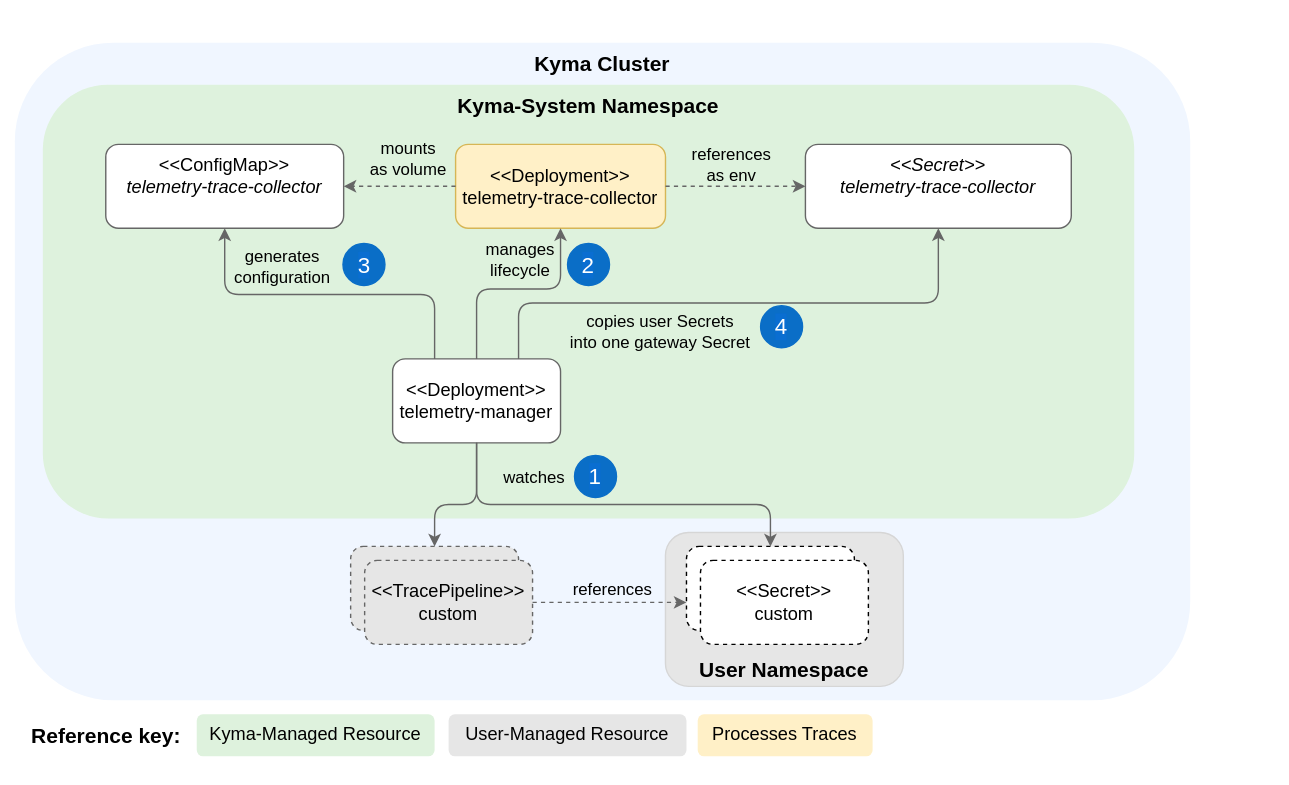
This is docs/user/assets/traces-resources.drawio.svg from kyma-project/telemetry-manager, a draw.io export, as it was before one commit. Source tidied: cells renumbered, new cells last; positions are measured from the earlier drawing's top-left corner, leaving out a move shared by most shapes.
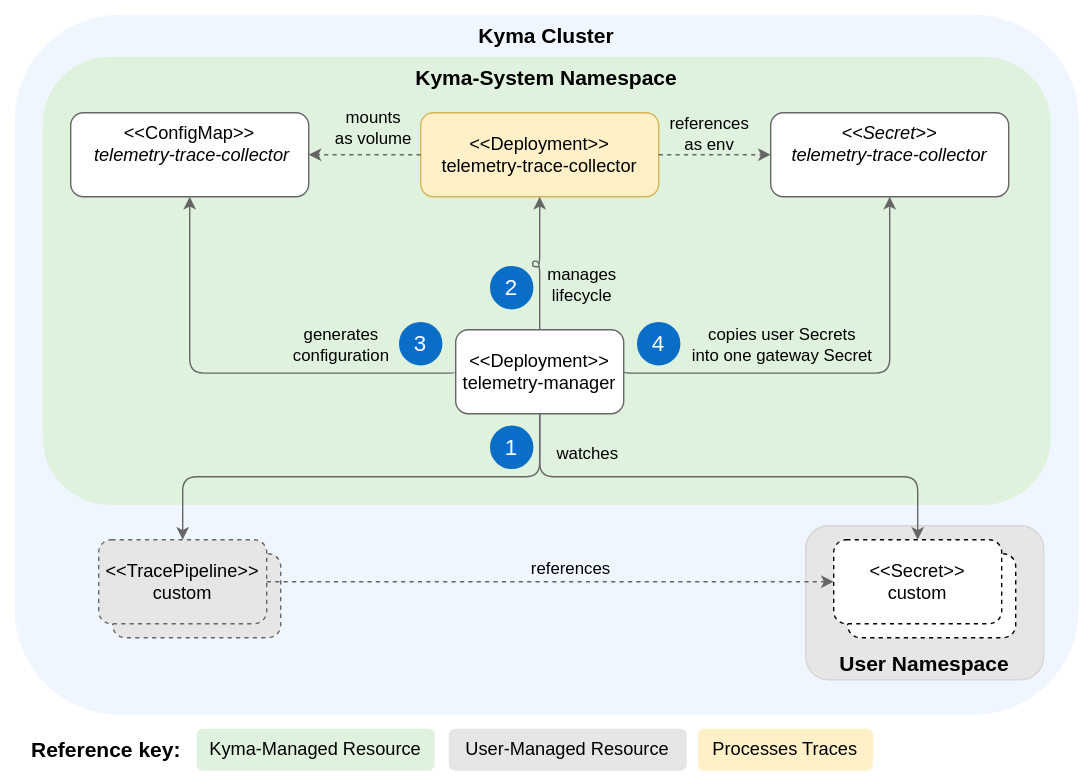
The same diagram one commit later.

What changed in the source:
```diff
@@ -3,60 +3,58 @@
     <mxCell id="0" />
     <mxCell id="1" parent="0" />
     <mxCell id="2" style="rounded=0;whiteSpace=wrap;html=1;fillColor=#FFFFFF;strokeColor=none;" parent="1" vertex="1">
-      <mxGeometry width="920" height="560" as="geometry" />
+      <mxGeometry x="-590" y="-640" width="780" height="560" as="geometry" />
     </mxCell>
     <mxCell id="3" value="&lt;b style=&quot;color: rgb(0, 0, 0); font-size: 15px;&quot;&gt;&lt;font style=&quot;font-size: 15px;&quot;&gt;Kyma Cluster&lt;br style=&quot;font-size: 15px;&quot;&gt;&lt;/font&gt;&lt;/b&gt;" style="rounded=1;whiteSpace=wrap;html=1;fillColor=#F0F6FF;strokeColor=none;fontColor=#333333;verticalAlign=top;fontSize=15;" parent="1" vertex="1">
-      <mxGeometry x="10" y="30" width="840" height="470" as="geometry" />
+      <mxGeometry x="-580" y="-630" width="760" height="500" as="geometry" />
     </mxCell>
     <mxCell id="4" value="&lt;font style=&quot;font-size: 15px;&quot;&gt;&lt;b&gt;Reference key:&lt;/b&gt;&lt;/font&gt;" style="text;html=1;align=center;verticalAlign=middle;strokeColor=none;fillColor=default;" parent="1" vertex="1">
-      <mxGeometry x="10" y="510" width="130" height="30" as="geometry" />
+      <mxGeometry x="-580" y="-120" width="130" height="30" as="geometry" />
     </mxCell>
     <mxCell id="5" value="&lt;b style=&quot;color: rgb(0, 0, 0); font-size: 15px;&quot;&gt;Kyma-System Namespace&lt;br style=&quot;font-size: 15px;&quot;&gt;&lt;/b&gt;" style="rounded=1;whiteSpace=wrap;html=1;dashed=1;fillColor=#DEF2DD;strokeColor=none;verticalAlign=top;fontSize=15;" parent="1" vertex="1">
-      <mxGeometry x="30" y="60" width="780" height="310" as="geometry" />
+      <mxGeometry x="-560" y="-600" width="720" height="320" as="geometry" />
     </mxCell>
     <mxCell id="6" value="&amp;lt;&amp;lt;Deployment&amp;gt;&amp;gt;&lt;br style=&quot;font-size: 13px;&quot;&gt;telemetry-manager" style="rounded=1;whiteSpace=wrap;html=1;strokeColor=#666666;fontSize=13;" parent="1" vertex="1">
-      <mxGeometry x="280" y="256" width="120" height="60" as="geometry" />
+      <mxGeometry x="-265" y="-405" width="120" height="60" as="geometry" />
     </mxCell>
-    <mxCell id="7" value="&amp;lt;&amp;lt;LogPipeline&amp;gt;&amp;gt;&lt;br style=&quot;font-size: 13px;&quot;&gt;custom" style="rounded=1;whiteSpace=wrap;html=1;dashed=1;strokeColor=#666666;fontSize=13;fillColor=#E6E6E6;" parent="1" vertex="1">
-      <mxGeometry x="250" y="390" width="120" height="60" as="geometry" />
+    <mxCell id="7" style="rounded=1;whiteSpace=wrap;html=1;dashed=1;strokeColor=#666666;fontSize=13;fillColor=#E6E6E6;" parent="1" vertex="1">
+      <mxGeometry x="-510" y="-245" width="120" height="60" as="geometry" />
     </mxCell>
-    <mxCell id="8" style="edgeStyle=orthogonalEdgeStyle;rounded=1;html=1;exitX=0.5;exitY=1;exitDx=0;exitDy=0;entryX=0.5;entryY=0;entryDx=0;entryDy=0;elbow=vertical;strokeColor=#666666;" parent="1" edge="1" source="6" target="7">
+    <mxCell id="8" style="edgeStyle=orthogonalEdgeStyle;rounded=1;html=1;exitX=0.5;exitY=1;exitDx=0;exitDy=0;entryX=0.5;entryY=0;entryDx=0;entryDy=0;elbow=vertical;strokeColor=#666666;" parent="1" edge="1" source="6" target="10">
       <mxGeometry relative="1" as="geometry">
         <Array as="points">
-          <mxPoint x="340" y="360" />
-          <mxPoint x="310" y="360" />
+          <mxPoint x="-205" y="-300" />
+          <mxPoint x="-460" y="-300" />
         </Array>
       </mxGeometry>
     </mxCell>
     <mxCell id="9" value="watches" style="edgeLabel;html=1;align=center;verticalAlign=middle;labelBackgroundColor=none;fontSize=12;" parent="8" vertex="1">
       <mxGeometry x="0.04" y="1" relative="1" as="geometry">
-        <mxPoint x="50" y="-21" as="offset" />
+        <mxPoint x="167" y="-18" as="offset" />
       </mxGeometry>
     </mxCell>
     <mxCell id="10" value="&amp;lt;&amp;lt;TracePipeline&amp;gt;&amp;gt;&lt;br style=&quot;font-size: 13px;&quot;&gt;custom" style="rounded=1;whiteSpace=wrap;html=1;dashed=1;strokeColor=#666666;fontSize=13;fillColor=#E6E6E6;" parent="1" vertex="1">
-      <mxGeometry x="260" y="400" width="120" height="60" as="geometry" />
+      <mxGeometry x="-520" y="-255" width="120" height="60" as="geometry" />
     </mxCell>
     <mxCell id="11" value="&lt;b style=&quot;color: rgb(0, 0, 0); font-size: 15px;&quot;&gt;User Namespace&lt;br style=&quot;font-size: 15px;&quot;&gt;&lt;/b&gt;" style="rounded=1;whiteSpace=wrap;html=1;fillColor=#E6E6E6;strokeColor=#D6D6D6;verticalAlign=bottom;fontSize=15;" parent="1" vertex="1">
-      <mxGeometry x="475" y="380" width="170" height="110" as="geometry" />
+      <mxGeometry x="-15" y="-265" width="170" height="110" as="geometry" />
     </mxCell>
-    <mxCell id="12" value="&amp;lt;&amp;lt;Secret&amp;gt;&amp;gt;&lt;br style=&quot;font-size: 13px;&quot;&gt;custom" style="rounded=1;whiteSpace=wrap;html=1;dashed=1;fontSize=13;" parent="1" vertex="1">
-      <mxGeometry x="490" y="390" width="120" height="60" as="geometry" />
+    <mxCell id="12" style="rounded=1;whiteSpace=wrap;html=1;dashed=1;fontSize=13;" parent="1" vertex="1">
+      <mxGeometry x="15" y="-245" width="120" height="60" as="geometry" />
     </mxCell>
     <mxCell id="13" value="&amp;lt;&amp;lt;Secret&amp;gt;&amp;gt;&lt;br style=&quot;font-size: 13px;&quot;&gt;custom" style="rounded=1;whiteSpace=wrap;html=1;dashed=1;fontSize=13;" parent="1" vertex="1">
-      <mxGeometry x="500" y="400" width="120" height="60" as="geometry" />
+      <mxGeometry x="5" y="-255" width="120" height="60" as="geometry" />
     </mxCell>
-    <mxCell id="14" style="edgeStyle=orthogonalEdgeStyle;rounded=1;html=1;exitX=0.5;exitY=1;exitDx=0;exitDy=0;entryX=0.5;entryY=0;entryDx=0;entryDy=0;elbow=vertical;strokeColor=#666666;" parent="1" edge="1" source="6" target="12">
+    <mxCell id="14" style="edgeStyle=orthogonalEdgeStyle;rounded=1;html=1;exitX=0.5;exitY=1;exitDx=0;exitDy=0;entryX=0.5;entryY=0;entryDx=0;entryDy=0;elbow=vertical;strokeColor=#666666;" parent="1" edge="1" source="6" target="13">
       <mxGeometry relative="1" as="geometry">
         <Array as="points">
-          <mxPoint x="340" y="360" />
-          <mxPoint x="550" y="360" />
+          <mxPoint x="-205" y="-300" />
+          <mxPoint x="65" y="-300" />
         </Array>
       </mxGeometry>
     </mxCell>
-    <mxCell id="15" style="edgeStyle=orthogonalEdgeStyle;html=1;exitX=1;exitY=0.5;exitDx=0;exitDy=0;dashed=1;strokeColor=#666666;" parent="1" edge="1" source="10">
-      <mxGeometry relative="1" as="geometry">
-        <mxPoint x="490" y="430" as="targetPoint" />
-      </mxGeometry>
+    <mxCell id="15" style="edgeStyle=orthogonalEdgeStyle;html=1;exitX=1;exitY=0.5;exitDx=0;exitDy=0;dashed=1;strokeColor=#666666;entryX=0;entryY=0.5;entryDx=0;entryDy=0;" parent="1" edge="1" source="10" target="13">
+      <mxGeometry relative="1" as="geometry" />
     </mxCell>
     <mxCell id="16" value="&lt;font style=&quot;font-size: 12px;&quot;&gt;references&lt;/font&gt;" style="edgeLabel;html=1;align=center;verticalAlign=middle;labelBackgroundColor=none;fontSize=12;" parent="15" vertex="1">
       <mxGeometry x="0.09" y="-2" relative="1" as="geometry">
@@ -64,16 +62,16 @@
       </mxGeometry>
     </mxCell>
     <mxCell id="17" value="&lt;span style=&quot;color: rgb(0, 0, 0); font-family: Helvetica; font-size: 13px; font-style: normal; font-variant-ligatures: normal; font-variant-caps: normal; font-weight: 400; letter-spacing: normal; orphans: 2; text-indent: 0px; text-transform: none; widows: 2; word-spacing: 0px; -webkit-text-stroke-width: 0px; text-decoration-thickness: initial; text-decoration-style: initial; text-decoration-color: initial; float: none; display: inline !important;&quot;&gt;Processes Traces&lt;/span&gt;" style="text;whiteSpace=wrap;html=1;strokeColor=none;rounded=1;fillColor=#fff0c7;align=center;fontSize=13;" parent="1" vertex="1">
-      <mxGeometry x="498" y="510" width="125" height="30" as="geometry" />
+      <mxGeometry x="-92" y="-120" width="125" height="30" as="geometry" />
     </mxCell>
     <mxCell id="18" value="&amp;lt;&amp;lt;Deployment&amp;gt;&amp;gt;&lt;br style=&quot;font-size: 13px;&quot;&gt;telemetry-trace-collector" style="rounded=1;whiteSpace=wrap;html=1;strokeColor=#D6B656;fontSize=13;fillColor=#FFF0C7;" parent="1" vertex="1">
-      <mxGeometry x="325" y="102.6" width="150" height="60" as="geometry" />
+      <mxGeometry x="-290" y="-560" width="170" height="60" as="geometry" />
     </mxCell>
     <mxCell id="19" value="&lt;div style=&quot;font-size: 13px;&quot;&gt;&lt;font style=&quot;font-size: 13px&quot;&gt;&amp;lt;&amp;lt;ConfigMap&amp;gt;&amp;gt;&lt;/font&gt;&lt;/div&gt;&lt;div style=&quot;font-size: 13px&quot;&gt;&lt;font style=&quot;font-size: 13px&quot;&gt;&lt;i style=&quot;font-size: 13px;&quot;&gt;&lt;font style=&quot;font-size: 13px&quot;&gt;&amp;nbsp;telemetry-trace-collector&lt;/font&gt;&lt;/i&gt;&lt;/font&gt;&lt;/div&gt;&lt;span style=&quot;font-size: 13px;&quot;&gt;&lt;br style=&quot;font-size: 13px;&quot;&gt;&lt;/span&gt;" style="rounded=1;whiteSpace=wrap;html=1;align=center;strokeColor=#666666;fontSize=13;" parent="1" vertex="1">
-      <mxGeometry x="75" y="102.6" width="170" height="60" as="geometry" />
+      <mxGeometry x="-540" y="-560" width="170" height="60" as="geometry" />
     </mxCell>
     <mxCell id="20" value="&lt;font style=&quot;font-size: 13px;&quot;&gt;&lt;div style=&quot;font-size: 13px;&quot;&gt;&lt;span style=&quot;font-size: 13px;&quot;&gt;&lt;i style=&quot;font-size: 13px;&quot;&gt;&amp;lt;&amp;lt;Secret&amp;gt;&amp;gt;&lt;/i&gt;&lt;/span&gt;&lt;/div&gt;&lt;div style=&quot;font-size: 13px;&quot;&gt;&lt;span style=&quot;font-size: 13px;&quot;&gt;&lt;i style=&quot;font-size: 13px;&quot;&gt;telemetry-trace-collector&lt;/i&gt;&lt;/span&gt;&lt;/div&gt;&lt;br style=&quot;font-size: 13px;&quot;&gt;&lt;/font&gt;" style="rounded=1;whiteSpace=wrap;html=1;strokeColor=#666666;fontSize=13;" parent="1" vertex="1">
-      <mxGeometry x="575" y="102.6" width="190" height="60" as="geometry" />
+      <mxGeometry x="-40" y="-560" width="170" height="60" as="geometry" />
     </mxCell>
     <mxCell id="21" style="edgeStyle=orthogonalEdgeStyle;html=1;exitX=0;exitY=0.5;exitDx=0;exitDy=0;entryX=1;entryY=0.5;entryDx=0;entryDy=0;dashed=1;strokeColor=#666666;" parent="1" edge="1" source="18" target="19">
       <mxGeometry relative="1" as="geometry" />
@@ -94,59 +92,59 @@
     <mxCell id="25" style="edgeStyle=orthogonalEdgeStyle;html=1;exitX=0.5;exitY=0;exitDx=0;exitDy=0;entryX=0.5;entryY=1;entryDx=0;entryDy=0;elbow=vertical;rounded=1;strokeColor=#666666;" parent="1" edge="1" source="6" target="18">
       <mxGeometry relative="1" as="geometry">
         <Array as="points">
-          <mxPoint x="340" y="206" />
-          <mxPoint x="400" y="206" />
+          <mxPoint x="-205" y="-454" />
+          <mxPoint x="-210" y="-454" />
+          <mxPoint x="-210" y="-450" />
+          <mxPoint x="-205" y="-450" />
         </Array>
       </mxGeometry>
     </mxCell>
     <mxCell id="26" value="manages&lt;br style=&quot;font-size: 12px;&quot;&gt;lifecycle" style="edgeLabel;html=1;align=center;verticalAlign=middle;labelBackgroundColor=none;fontSize=12;" parent="25" vertex="1">
       <mxGeometry x="-0.17" relative="1" as="geometry">
-        <mxPoint x="16" y="-22" as="offset" />
+        <mxPoint x="29" y="14" as="offset" />
       </mxGeometry>
     </mxCell>
     <mxCell id="27" value="&lt;font style=&quot;font-size: 16px&quot;&gt;3&lt;/font&gt;" style="ellipse;whiteSpace=wrap;html=1;labelBackgroundColor=#0A6ED1;fontColor=#FFFFFF;fillColor=#0A6EC7;strokeColor=#0A6EC7;" parent="1" vertex="1">
-      <mxGeometry x="244.5" y="173.5" width="30" height="30" as="geometry" />
+      <mxGeometry x="-305" y="-410" width="30" height="30" as="geometry" />
     </mxCell>
     <mxCell id="28" value="&lt;font style=&quot;font-size: 16px&quot;&gt;2&lt;/font&gt;" style="ellipse;whiteSpace=wrap;html=1;labelBackgroundColor=#0A6ED1;fontColor=#FFFFFF;fillColor=#0A6EC7;strokeColor=#0A6EC7;" parent="1" vertex="1">
-      <mxGeometry x="405" y="173.5" width="30" height="30" as="geometry" />
+      <mxGeometry x="-240" y="-450" width="30" height="30" as="geometry" />
     </mxCell>
-    <mxCell id="29" style="edgeStyle=orthogonalEdgeStyle;html=1;exitX=0.25;exitY=0;exitDx=0;exitDy=0;entryX=0.5;entryY=1;entryDx=0;entryDy=0;elbow=vertical;rounded=1;strokeColor=#666666;" parent="1" edge="1" source="6" target="19">
+    <mxCell id="29" style="edgeStyle=orthogonalEdgeStyle;html=1;exitX=0;exitY=0.5;exitDx=0;exitDy=0;entryX=0.5;entryY=1;entryDx=0;entryDy=0;elbow=vertical;rounded=1;strokeColor=#666666;" parent="1" edge="1" source="6" target="19">
       <mxGeometry relative="1" as="geometry">
         <Array as="points">
-          <mxPoint x="310" y="210" />
-          <mxPoint x="160" y="210" />
+          <mxPoint x="-455" y="-374" />
         </Array>
       </mxGeometry>
     </mxCell>
     <mxCell id="30" value="&lt;span style=&quot;&quot;&gt;generates&lt;/span&gt;&lt;br style=&quot;border-color: var(--border-color);&quot;&gt;&lt;span style=&quot;&quot;&gt;configuration&lt;/span&gt;" style="edgeLabel;html=1;align=center;verticalAlign=middle;fontSize=12;labelBackgroundColor=none;" parent="29" vertex="1">
       <mxGeometry x="0.35" y="-2" relative="1" as="geometry">
-        <mxPoint x="9" y="-19" as="offset" />
+        <mxPoint x="105" y="3" as="offset" />
       </mxGeometry>
     </mxCell>
-    <mxCell id="31" style="edgeStyle=orthogonalEdgeStyle;html=1;exitX=0.75;exitY=0;exitDx=0;exitDy=0;elbow=vertical;rounded=1;strokeColor=#666666;entryX=0.5;entryY=1;entryDx=0;entryDy=0;" parent="1" edge="1" source="6" target="20">
+    <mxCell id="31" style="edgeStyle=orthogonalEdgeStyle;html=1;exitX=1;exitY=0.5;exitDx=0;exitDy=0;elbow=vertical;rounded=1;strokeColor=#666666;entryX=0.5;entryY=1;entryDx=0;entryDy=0;" parent="1" edge="1" source="6" target="20">
       <mxGeometry relative="1" as="geometry">
         <Array as="points">
-          <mxPoint x="370" y="216" />
-          <mxPoint x="670" y="216" />
+          <mxPoint x="45" y="-374" />
         </Array>
       </mxGeometry>
     </mxCell>
     <mxCell id="32" value="&lt;span style=&quot;font-size: 12px;&quot;&gt;copies user Secrets&lt;br style=&quot;font-size: 12px;&quot;&gt;into one gateway&amp;nbsp;Secret&lt;/span&gt;" style="edgeLabel;html=1;align=center;verticalAlign=middle;labelBackgroundColor=none;fontSize=12;" parent="31" vertex="1">
       <mxGeometry x="-0.27" y="-2" relative="1" as="geometry">
-        <mxPoint x="-4" y="18" as="offset" />
+        <mxPoint x="-3" y="-23" as="offset" />
       </mxGeometry>
     </mxCell>
     <mxCell id="33" value="&lt;font style=&quot;font-size: 16px&quot;&gt;4&lt;/font&gt;" style="ellipse;whiteSpace=wrap;html=1;labelBackgroundColor=#0A6ED1;fontColor=#FFFFFF;fillColor=#0A6EC7;strokeColor=#0A6EC7;" parent="1" vertex="1">
-      <mxGeometry x="543" y="218" width="30" height="30" as="geometry" />
+      <mxGeometry x="-135" y="-410" width="30" height="30" as="geometry" />
     </mxCell>
     <mxCell id="34" value="&lt;font style=&quot;font-size: 16px&quot;&gt;1&lt;/font&gt;" style="ellipse;whiteSpace=wrap;html=1;labelBackgroundColor=#0A6ED1;fontColor=#FFFFFF;fillColor=#0A6EC7;strokeColor=#0A6EC7;" parent="1" vertex="1">
-      <mxGeometry x="410" y="325" width="30" height="30" as="geometry" />
+      <mxGeometry x="-240" y="-336" width="30" height="30" as="geometry" />
     </mxCell>
     <mxCell id="35" value="&lt;span style=&quot;color: rgb(0, 0, 0); font-family: Helvetica; font-size: 13px; font-style: normal; font-variant-ligatures: normal; font-variant-caps: normal; font-weight: 400; letter-spacing: normal; orphans: 2; text-indent: 0px; text-transform: none; widows: 2; word-spacing: 0px; -webkit-text-stroke-width: 0px; text-decoration-thickness: initial; text-decoration-style: initial; text-decoration-color: initial; float: none; display: inline !important;&quot;&gt;User-Managed Resource&lt;/span&gt;" style="text;whiteSpace=wrap;html=1;strokeColor=none;rounded=1;fillColor=#e6e6e6;align=center;fontSize=13;" parent="1" vertex="1">
-      <mxGeometry x="320" y="510" width="170" height="30" as="geometry" />
+      <mxGeometry x="-270" y="-120" width="170" height="30" as="geometry" />
     </mxCell>
     <mxCell id="36" value="&lt;span style=&quot;color: rgb(0, 0, 0); font-family: Helvetica; font-size: 13px; font-style: normal; font-variant-ligatures: normal; font-variant-caps: normal; font-weight: 400; letter-spacing: normal; orphans: 2; text-indent: 0px; text-transform: none; widows: 2; word-spacing: 0px; -webkit-text-stroke-width: 0px; text-decoration-thickness: initial; text-decoration-style: initial; text-decoration-color: initial; float: none; display: inline !important;&quot;&gt;Kyma-Managed Resource&lt;/span&gt;" style="text;whiteSpace=wrap;html=1;strokeColor=none;rounded=1;fillColor=#def2dd;align=center;" parent="1" vertex="1">
-      <mxGeometry x="140" y="510" width="170" height="30" as="geometry" />
+      <mxGeometry x="-450" y="-120" width="170" height="30" as="geometry" />
     </mxCell>
   </root>
 </mxGraphModel>
```
